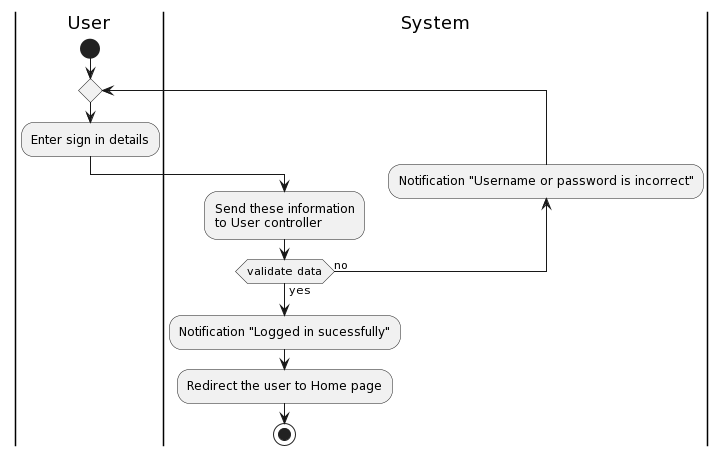
doublek2712/SE357-Pratice-class keeps this PlantUML diagram as Lab 1.2/img/activity/sign-in.png. Above is the earlier version.
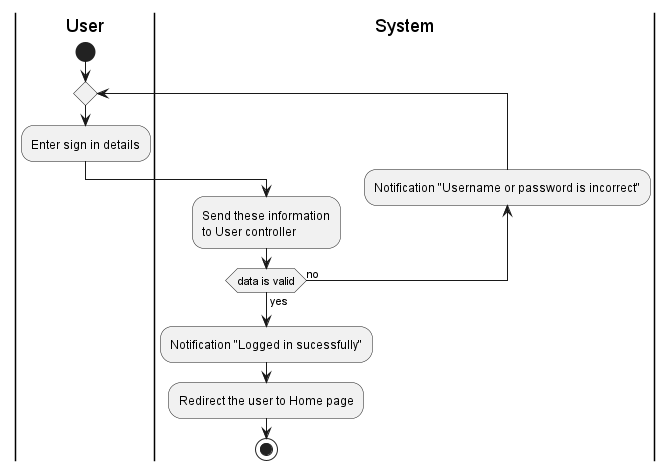
After the commit.

What changed in the source:
```diff
@@ -7,7 +7,7 @@
 :Send these information
 to User controller;
 backward:Notification "Username or password is incorrect";
-repeat while (validate data) is (no) not (yes)
+repeat while (data is valid) is (no) not (yes)
 :Notification "Logged in sucessfully";
 :Redirect the user to Home page;
 stop
```
